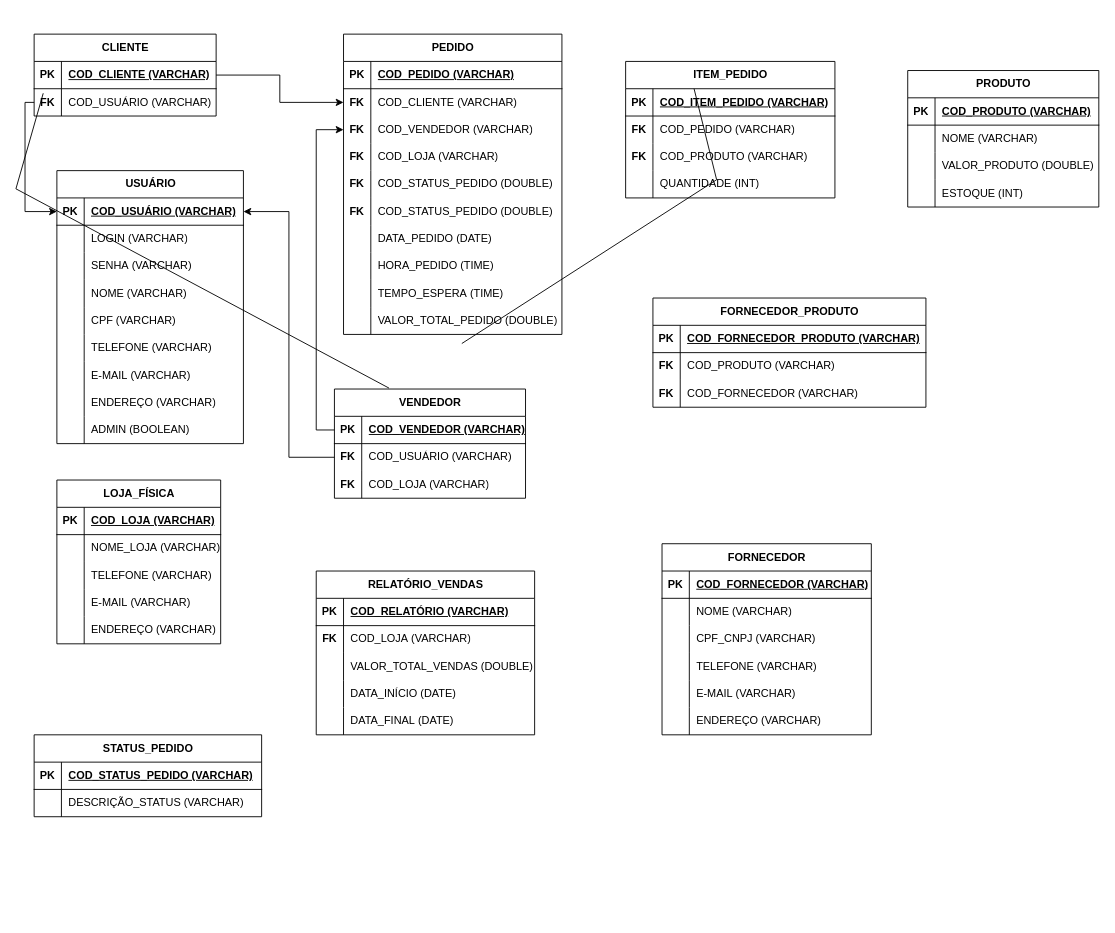
Above: BD ZÉ DELIVERY.drawio in jennifergomes/BD (draw.io), before the change. Source tidied: cells renumbered, new cells numbered last; positions are measured from the earlier drawing's top-left corner, leaving out a move shared by most shapes. Both pictures are drawn from the tidied source at 91%, with x=0, y=0 at pixel (15, 34).
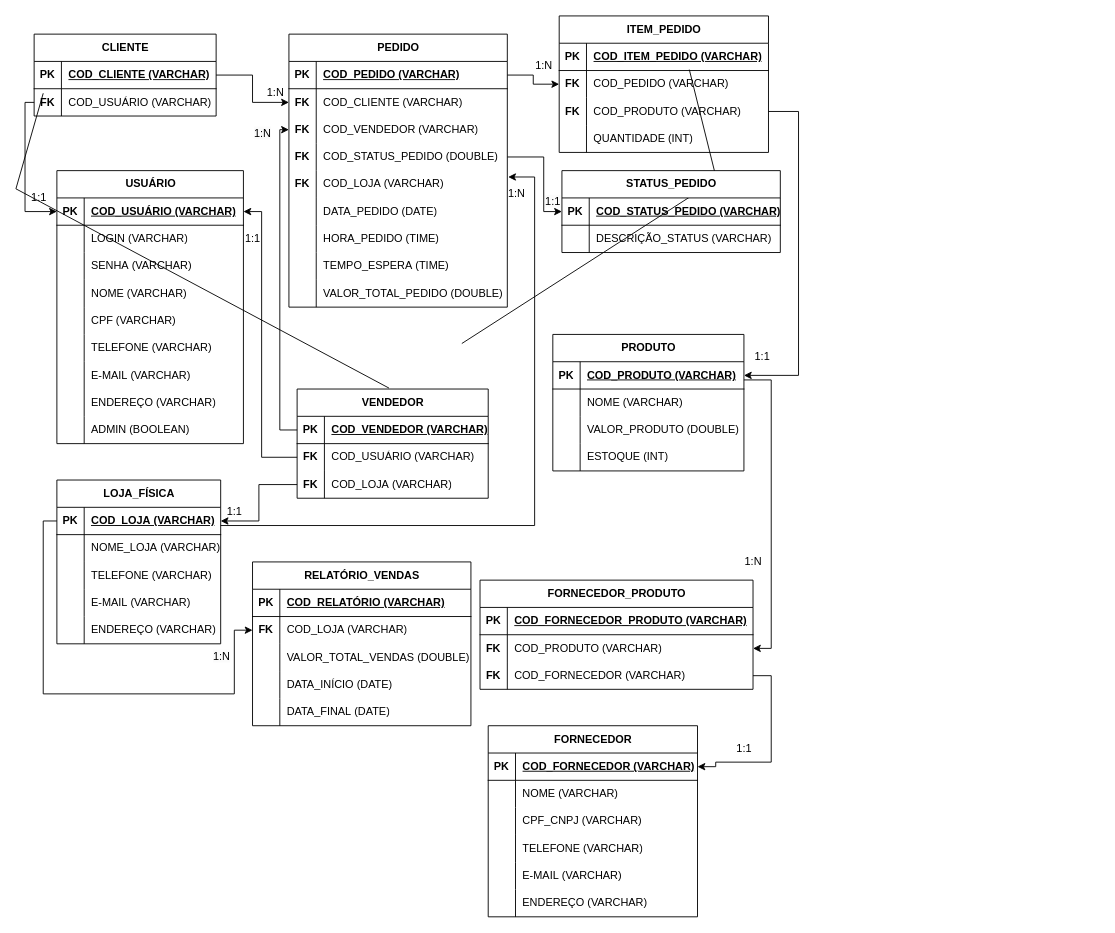
The same diagram, later.

The change refers to these unchanged cells:
```xml
<mxCell id="5" style="shape=tableRow;horizontal=0;startSize=0;swimlaneHead=0;swimlaneBody=0;fillColor=none;points=[[0,0.5],[1,0.5]];portConstraint=eastwest;top=0;left=0;right=0;bottom=1;" parent="4" vertex="1">
  <mxGeometry y="30" width="180" height="30" as="geometry" />
</mxCell>
<mxCell id="24" style="shape=tableRow;horizontal=0;startSize=0;swimlaneHead=0;swimlaneBody=0;fillColor=none;points=[[0,0.5],[1,0.5]];portConstraint=eastwest;top=0;left=0;right=0;bottom=0;" parent="20" vertex="1">
  <mxGeometry y="60" width="240" height="30" as="geometry" />
</mxCell>
<mxCell id="37" style="shape=tableRow;horizontal=0;startSize=0;swimlaneHead=0;swimlaneBody=0;fillColor=none;points=[[0,0.5],[1,0.5]];portConstraint=eastwest;top=0;left=0;right=0;bottom=1;" parent="36" vertex="1">
  <mxGeometry y="30" width="230" height="30" as="geometry" />
</mxCell>
<mxCell id="56" style="shape=tableRow;horizontal=0;startSize=0;swimlaneHead=0;swimlaneBody=0;fillColor=none;points=[[0,0.5],[1,0.5]];portConstraint=eastwest;top=0;left=0;right=0;bottom=1;" parent="55" vertex="1">
  <mxGeometry y="30" width="205" height="30" as="geometry" />
</mxCell>
<mxCell id="84" style="shape=tableRow;horizontal=0;startSize=0;swimlaneHead=0;swimlaneBody=0;fillColor=none;points=[[0,0.5],[1,0.5]];portConstraint=eastwest;top=0;left=0;right=0;bottom=1;" parent="83" vertex="1">
  <mxGeometry y="30" width="210" height="30" as="geometry" />
</mxCell>
<mxCell id="87" style="shape=tableRow;horizontal=0;startSize=0;swimlaneHead=0;swimlaneBody=0;fillColor=none;points=[[0,0.5],[1,0.5]];portConstraint=eastwest;top=0;left=0;right=0;bottom=0;" parent="83" vertex="1">
  <mxGeometry y="60" width="210" height="30" as="geometry" />
</mxCell>
<mxCell id="90" style="shape=tableRow;horizontal=0;startSize=0;swimlaneHead=0;swimlaneBody=0;fillColor=none;points=[[0,0.5],[1,0.5]];portConstraint=eastwest;top=0;left=0;right=0;bottom=0;" parent="83" vertex="1">
  <mxGeometry y="90" width="210" height="30" as="geometry" />
</mxCell>
<mxCell id="108" style="shape=tableRow;horizontal=0;startSize=0;swimlaneHead=0;swimlaneBody=0;fillColor=none;points=[[0,0.5],[1,0.5]];portConstraint=eastwest;top=0;left=0;right=0;bottom=1;" parent="107" vertex="1">
  <mxGeometry y="30" width="240" height="30" as="geometry" />
</mxCell>
<mxCell id="114" style="shape=tableRow;horizontal=0;startSize=0;swimlaneHead=0;swimlaneBody=0;fillColor=none;points=[[0,0.5],[1,0.5]];portConstraint=eastwest;top=0;left=0;right=0;bottom=0;" parent="107" vertex="1">
  <mxGeometry y="90" width="240" height="30" as="geometry" />
</mxCell>
<mxCell id="142" style="shape=tableRow;horizontal=0;startSize=0;swimlaneHead=0;swimlaneBody=0;fillColor=none;points=[[0,0.5],[1,0.5]];portConstraint=eastwest;top=0;left=0;right=0;bottom=0;" parent="138" vertex="1">
  <mxGeometry y="60" width="230" height="30" as="geometry" />
</mxCell>
<mxCell id="145" style="shape=tableRow;horizontal=0;startSize=0;swimlaneHead=0;swimlaneBody=0;fillColor=none;points=[[0,0.5],[1,0.5]];portConstraint=eastwest;top=0;left=0;right=0;bottom=0;" parent="138" vertex="1">
  <mxGeometry y="90" width="230" height="30" as="geometry" />
</mxCell>
<mxCell id="152" style="shape=tableRow;horizontal=0;startSize=0;swimlaneHead=0;swimlaneBody=0;fillColor=none;points=[[0,0.5],[1,0.5]];portConstraint=eastwest;top=0;left=0;right=0;bottom=1;" parent="151" vertex="1">
  <mxGeometry y="30" width="210" height="30" as="geometry" />
</mxCell>
<mxCell id="168" style="shape=tableRow;horizontal=0;startSize=0;swimlaneHead=0;swimlaneBody=0;fillColor=none;points=[[0,0.5],[1,0.5]];portConstraint=eastwest;top=0;left=0;right=0;bottom=0;" parent="164" vertex="1">
  <mxGeometry y="60" width="300" height="30" as="geometry" />
</mxCell>
<mxCell id="171" style="shape=tableRow;horizontal=0;startSize=0;swimlaneHead=0;swimlaneBody=0;fillColor=none;points=[[0,0.5],[1,0.5]];portConstraint=eastwest;top=0;left=0;right=0;bottom=0;" parent="164" vertex="1">
  <mxGeometry y="90" width="300" height="30" as="geometry" />
</mxCell>
```

What changed in the source:
```diff
@@
     <mxCell id="20" value="RELATÓRIO_VENDAS" style="shape=table;startSize=30;childLayout=tableLayout;rowLines=0;fontStyle=1;align=center;html=1;" parent="1" vertex="1">
-      <mxGeometry x="330" y="590" width="240" height="180" as="geometry" />
+      <mxGeometry x="260" y="580" width="240" height="180" as="geometry" />
     </mxCell>
@@
     <mxCell id="36" value="FORNECEDOR" style="shape=table;startSize=30;childLayout=tableLayout;rowLines=0;fontStyle=1;align=center;html=1;" parent="1" vertex="1">
-      <mxGeometry x="710" y="560" width="230" height="210" as="geometry" />
+      <mxGeometry x="519" y="760" width="230" height="210" as="geometry" />
     </mxCell>
@@
     <mxCell id="83" value="VENDEDOR" style="shape=table;startSize=30;childLayout=tableLayout;rowLines=0;fontStyle=1;align=center;html=1;" parent="1" vertex="1">
-      <mxGeometry x="350" y="390" width="210" height="120" as="geometry" />
+      <mxGeometry x="309" y="390" width="210" height="120" as="geometry" />
     </mxCell>
@@
     <mxCell id="93" value="STATUS_PEDIDO" style="shape=table;startSize=30;childLayout=tableLayout;rowLines=0;fontStyle=1;align=center;html=1;" parent="1" vertex="1">
-      <mxGeometry x="20" y="770" width="250" height="90" as="geometry" />
+      <mxGeometry x="600" y="150" width="240" height="90" as="geometry" />
     </mxCell>
     <mxCell id="94" style="shape=tableRow;horizontal=0;startSize=0;swimlaneHead=0;swimlaneBody=0;fillColor=none;points=[[0,0.5],[1,0.5]];portConstraint=eastwest;top=0;left=0;right=0;bottom=1;" parent="93" vertex="1">
-      <mxGeometry y="30" width="250" height="30" as="geometry" />
+      <mxGeometry y="30" width="240" height="30" as="geometry" />
     </mxCell>
@@
     <mxCell id="96" value="COD_STATUS_PEDIDO&amp;nbsp;(VARCHAR)" style="shape=partialRectangle;fillColor=none;top=0;left=0;bottom=0;right=0;align=left;spacingLeft=6;fontStyle=5;overflow=hidden;whiteSpace=wrap;html=1;" parent="94" vertex="1">
-      <mxGeometry x="30" width="220" height="30" as="geometry" />
+      <mxGeometry x="30" width="210" height="30" as="geometry" />
     </mxCell>
     <mxCell id="97" style="shape=tableRow;horizontal=0;startSize=0;swimlaneHead=0;swimlaneBody=0;fillColor=none;top=0;left=0;right=0;bottom=0;" parent="93" vertex="1">
-      <mxGeometry y="60" width="250" height="30" as="geometry" />
+      <mxGeometry y="60" width="240" height="30" as="geometry" />
     </mxCell>
@@
     <mxCell id="99" value="DESCRIÇÃO_STATUS&amp;nbsp;(VARCHAR)" style="shape=partialRectangle;fillColor=none;top=0;left=0;bottom=0;right=0;align=left;spacingLeft=6;overflow=hidden;whiteSpace=wrap;html=1;" parent="97" vertex="1">
-      <mxGeometry x="30" width="220" height="30" as="geometry" />
+      <mxGeometry x="30" width="210" height="30" as="geometry" />
     </mxCell>
@@
     <mxCell id="107" value="PEDIDO" style="shape=table;startSize=30;childLayout=tableLayout;rowLines=0;fontStyle=1;align=center;html=1;" parent="1" vertex="1">
-      <mxGeometry x="360" width="240" height="330" as="geometry" />
+      <mxGeometry x="300" width="240" height="300" as="geometry" />
     </mxCell>
@@
+    <mxCell id="120" style="shape=tableRow;horizontal=0;startSize=0;swimlaneHead=0;swimlaneBody=0;fillColor=none;points=[[0,0.5],[1,0.5]];portConstraint=eastwest;top=0;left=0;right=0;bottom=0;" parent="107" vertex="1">
+      <mxGeometry y="120" width="240" height="30" as="geometry" />
+    </mxCell>
+    <mxCell id="121" value="&lt;b&gt;FK&lt;/b&gt;" style="shape=partialRectangle;fillColor=none;top=0;left=0;bottom=0;right=0;overflow=hidden;whiteSpace=wrap;html=1;" parent="120" vertex="1">
+      <mxGeometry width="30" height="30" as="geometry" />
+    </mxCell>
+    <mxCell id="122" value="COD_STATUS_PEDIDO&amp;nbsp;(DOUBLE)" style="shape=partialRectangle;fillColor=none;top=0;left=0;bottom=0;right=0;align=left;spacingLeft=6;overflow=hidden;whiteSpace=wrap;html=1;" parent="120" vertex="1">
+      <mxGeometry x="30" width="210" height="30" as="geometry" />
+    </mxCell>
     <mxCell id="117" style="shape=tableRow;horizontal=0;startSize=0;swimlaneHead=0;swimlaneBody=0;fillColor=none;points=[[0,0.5],[1,0.5]];portConstraint=eastwest;top=0;left=0;right=0;bottom=0;" parent="107" vertex="1">
-      <mxGeometry y="120" width="240" height="30" as="geometry" />
+      <mxGeometry y="150" width="240" height="30" as="geometry" />
     </mxCell>
@@
-    <mxCell id="120" style="shape=tableRow;horizontal=0;startSize=0;swimlaneHead=0;swimlaneBody=0;fillColor=none;points=[[0,0.5],[1,0.5]];portConstraint=eastwest;top=0;left=0;right=0;bottom=0;" parent="107" vertex="1">
-      <mxGeometry y="150" width="240" height="30" as="geometry" />
-    </mxCell>
-    <mxCell id="121" value="&lt;b&gt;FK&lt;/b&gt;" style="shape=partialRectangle;fillColor=none;top=0;left=0;bottom=0;right=0;overflow=hidden;whiteSpace=wrap;html=1;" parent="120" vertex="1">
-      <mxGeometry width="30" height="30" as="geometry" />
-    </mxCell>
-    <mxCell id="122" value="COD_STATUS_PEDIDO&amp;nbsp;(DOUBLE)" style="shape=partialRectangle;fillColor=none;top=0;left=0;bottom=0;right=0;align=left;spacingLeft=6;overflow=hidden;whiteSpace=wrap;html=1;" parent="120" vertex="1">
-      <mxGeometry x="30" width="210" height="30" as="geometry" />
-    </mxCell>
-    <mxCell id="123" style="shape=tableRow;horizontal=0;startSize=0;swimlaneHead=0;swimlaneBody=0;fillColor=none;top=0;left=0;right=0;bottom=0;" parent="107" vertex="1">
-      <mxGeometry y="180" width="240" height="30" as="geometry" />
-    </mxCell>
-    <mxCell id="124" value="&lt;b&gt;FK&lt;/b&gt;" style="shape=partialRectangle;fillColor=none;top=0;left=0;bottom=0;right=0;overflow=hidden;whiteSpace=wrap;html=1;" parent="123" vertex="1">
-      <mxGeometry width="30" height="30" as="geometry" />
-    </mxCell>
-    <mxCell id="125" value="COD_STATUS_PEDIDO&amp;nbsp;(DOUBLE)" style="shape=partialRectangle;fillColor=none;top=0;left=0;bottom=0;right=0;align=left;spacingLeft=6;overflow=hidden;whiteSpace=wrap;html=1;" parent="123" vertex="1">
-      <mxGeometry x="30" width="210" height="30" as="geometry" />
-    </mxCell>
     <mxCell id="126" style="shape=tableRow;horizontal=0;startSize=0;swimlaneHead=0;swimlaneBody=0;fillColor=none;top=0;left=0;right=0;bottom=0;" parent="107" vertex="1">
-      <mxGeometry y="210" width="240" height="30" as="geometry" />
+      <mxGeometry y="180" width="240" height="30" as="geometry" />
     </mxCell>
@@
     <mxCell id="129" style="shape=tableRow;horizontal=0;startSize=0;swimlaneHead=0;swimlaneBody=0;fillColor=none;top=0;left=0;right=0;bottom=0;" parent="107" vertex="1">
-      <mxGeometry y="240" width="240" height="30" as="geometry" />
+      <mxGeometry y="210" width="240" height="30" as="geometry" />
     </mxCell>
@@
     <mxCell id="132" style="shape=tableRow;horizontal=0;startSize=0;swimlaneHead=0;swimlaneBody=0;fillColor=none;top=0;left=0;right=0;bottom=0;" parent="107" vertex="1">
-      <mxGeometry y="270" width="240" height="30" as="geometry" />
+      <mxGeometry y="240" width="240" height="30" as="geometry" />
     </mxCell>
@@
     <mxCell id="135" style="shape=tableRow;horizontal=0;startSize=0;swimlaneHead=0;swimlaneBody=0;fillColor=none;top=0;left=0;right=0;bottom=0;" parent="107" vertex="1">
-      <mxGeometry y="300" width="240" height="30" as="geometry" />
+      <mxGeometry y="270" width="240" height="30" as="geometry" />
     </mxCell>
@@
     <mxCell id="138" value="ITEM_PEDIDO" style="shape=table;startSize=30;childLayout=tableLayout;rowLines=0;fontStyle=1;align=center;html=1;" parent="1" vertex="1">
-      <mxGeometry x="670" y="30" width="230" height="150" as="geometry" />
+      <mxGeometry x="597" y="-20" width="230" height="150" as="geometry" />
     </mxCell>
@@
     <mxCell id="151" value="PRODUTO" style="shape=table;startSize=30;childLayout=tableLayout;rowLines=0;fontStyle=1;align=center;html=1;" parent="1" vertex="1">
-      <mxGeometry x="980" y="40" width="210" height="150" as="geometry" />
+      <mxGeometry x="590" y="330" width="210" height="150" as="geometry" />
     </mxCell>
@@
     <mxCell id="164" value="FORNECEDOR_PRODUTO" style="shape=table;startSize=30;childLayout=tableLayout;rowLines=0;fontStyle=1;align=center;html=1;" parent="1" vertex="1">
-      <mxGeometry x="700" y="290" width="300" height="120" as="geometry" />
+      <mxGeometry x="510" y="600" width="300" height="120" as="geometry" />
     </mxCell>
@@
     <mxCell id="176" style="edgeStyle=orthogonalEdgeStyle;rounded=0;jettySize=auto;html=1;entryX=0;entryY=0.5;entryDx=0;entryDy=0;" parent="1" edge="1" source="84" target="114">
       <mxGeometry relative="1" as="geometry">
         <Array as="points">
-          <mxPoint x="330" y="435" />
-          <mxPoint x="330" y="105" />
+          <mxPoint x="290" y="435" />
+          <mxPoint x="290" y="105" />
         </Array>
       </mxGeometry>
     </mxCell>
     <mxCell id="177" style="edgeStyle=orthogonalEdgeStyle;rounded=0;jettySize=auto;html=1;entryX=1;entryY=0.5;entryDx=0;entryDy=0;" parent="1" edge="1" source="87" target="56">
-      <mxGeometry relative="1" as="geometry" />
+      <mxGeometry relative="1" as="geometry">
+        <Array as="points">
+          <mxPoint x="270" y="465" />
+          <mxPoint x="270" y="195" />
+        </Array>
+      </mxGeometry>
     </mxCell>
+    <mxCell id="178" style="edgeStyle=orthogonalEdgeStyle;rounded=0;jettySize=auto;html=1;entryX=1;entryY=0.5;entryDx=0;entryDy=0;" parent="1" edge="1" source="90" target="5">
+      <mxGeometry relative="1" as="geometry" />
+    </mxCell>
+    <mxCell id="179" style="edgeStyle=orthogonalEdgeStyle;rounded=0;jettySize=auto;html=1;entryX=0;entryY=0.5;entryDx=0;entryDy=0;" parent="1" edge="1" source="5" target="24">
+      <mxGeometry relative="1" as="geometry">
+        <Array as="points">
+          <mxPoint x="30" y="535" />
+          <mxPoint x="30" y="725" />
+          <mxPoint x="240" y="725" />
+          <mxPoint x="240" y="655" />
+        </Array>
+      </mxGeometry>
+    </mxCell>
+    <mxCell id="180" style="edgeStyle=orthogonalEdgeStyle;rounded=0;jettySize=auto;html=1;entryX=0;entryY=0.5;entryDx=0;entryDy=0;" parent="1" edge="1" source="108" target="142">
+      <mxGeometry relative="1" as="geometry" />
+    </mxCell>
+    <mxCell id="181" style="edgeStyle=orthogonalEdgeStyle;rounded=0;jettySize=auto;html=1;entryX=0;entryY=0.5;entryDx=0;entryDy=0;" parent="1" edge="1" source="120" target="94">
+      <mxGeometry relative="1" as="geometry">
+        <Array as="points">
+          <mxPoint x="580" y="135" />
+          <mxPoint x="580" y="195" />
+        </Array>
+      </mxGeometry>
+    </mxCell>
+    <mxCell id="182" style="edgeStyle=orthogonalEdgeStyle;rounded=0;jettySize=auto;html=1;entryX=1.004;entryY=0.233;entryDx=0;entryDy=0;entryPerimeter=0;" parent="1" edge="1" source="5" target="117">
+      <mxGeometry relative="1" as="geometry">
+        <Array as="points">
+          <mxPoint x="570" y="540" />
+          <mxPoint x="570" y="157" />
+        </Array>
+      </mxGeometry>
+    </mxCell>
+    <mxCell id="183" value="1:N" style="text;html=1;align=center;verticalAlign=middle;strokeColor=none;fillColor=none;" parent="1" vertex="1">
+      <mxGeometry x="265" y="50" width="40" height="30" as="geometry" />
+    </mxCell>
+    <mxCell id="184" value="1:1" style="text;html=1;align=center;verticalAlign=middle;strokeColor=none;fillColor=none;" parent="1" vertex="1">
+      <mxGeometry x="5" y="165" width="40" height="30" as="geometry" />
+    </mxCell>
+    <mxCell id="185" value="1:1" style="text;html=1;align=center;verticalAlign=middle;strokeColor=none;fillColor=none;" parent="1" vertex="1">
+      <mxGeometry x="240" y="210" width="40" height="30" as="geometry" />
+    </mxCell>
+    <mxCell id="186" value="&lt;span style=&quot;color: rgb(0, 0, 0); font-family: Helvetica; font-size: 12px; font-style: normal; font-variant-ligatures: normal; font-variant-caps: normal; font-weight: 400; letter-spacing: normal; orphans: 2; text-align: center; text-indent: 0px; text-transform: none; widows: 2; word-spacing: 0px; -webkit-text-stroke-width: 0px; background-color: rgb(251, 251, 251); text-decoration-thickness: initial; text-decoration-style: initial; text-decoration-color: initial; float: none; display: inline !important;&quot;&gt;1:N&lt;/span&gt;" style="text;whiteSpace=wrap;html=1;" parent="1" vertex="1">
+      <mxGeometry x="260" y="95" width="50" height="40" as="geometry" />
+    </mxCell>
+    <mxCell id="187" value="1:1" style="text;html=1;align=center;verticalAlign=middle;strokeColor=none;fillColor=none;" parent="1" vertex="1">
+      <mxGeometry x="220" y="510" width="40" height="30" as="geometry" />
+    </mxCell>
+    <mxCell id="188" value="&lt;span style=&quot;color: rgb(0, 0, 0); font-family: Helvetica; font-size: 12px; font-style: normal; font-variant-ligatures: normal; font-variant-caps: normal; font-weight: 400; letter-spacing: normal; orphans: 2; text-align: center; text-indent: 0px; text-transform: none; widows: 2; word-spacing: 0px; -webkit-text-stroke-width: 0px; background-color: rgb(251, 251, 251); text-decoration-thickness: initial; text-decoration-style: initial; text-decoration-color: initial; float: none; display: inline !important;&quot;&gt;1:N&lt;/span&gt;" style="text;whiteSpace=wrap;html=1;" parent="1" vertex="1">
+      <mxGeometry x="215" y="670" width="50" height="40" as="geometry" />
+    </mxCell>
+    <mxCell id="189" value="1:N" style="text;html=1;align=center;verticalAlign=middle;strokeColor=none;fillColor=none;" parent="1" vertex="1">
+      <mxGeometry x="530" y="160" width="40" height="30" as="geometry" />
+    </mxCell>
+    <mxCell id="190" value="&lt;span style=&quot;color: rgb(0, 0, 0); font-family: Helvetica; font-size: 12px; font-style: normal; font-variant-ligatures: normal; font-variant-caps: normal; font-weight: 400; letter-spacing: normal; orphans: 2; text-align: center; text-indent: 0px; text-transform: none; widows: 2; word-spacing: 0px; -webkit-text-stroke-width: 0px; background-color: rgb(251, 251, 251); text-decoration-thickness: initial; text-decoration-style: initial; text-decoration-color: initial; float: none; display: inline !important;&quot;&gt;1:1&lt;/span&gt;" style="text;whiteSpace=wrap;html=1;" parent="1" vertex="1">
+      <mxGeometry x="580" y="170" width="20" height="40" as="geometry" />
+    </mxCell>
+    <mxCell id="191" value="1:N" style="text;html=1;align=center;verticalAlign=middle;strokeColor=none;fillColor=none;" parent="1" vertex="1">
+      <mxGeometry x="560" y="20" width="40" height="30" as="geometry" />
+    </mxCell>
+    <mxCell id="192" value="1:1" style="text;html=1;align=center;verticalAlign=middle;strokeColor=none;fillColor=none;" parent="1" vertex="1">
+      <mxGeometry x="800" y="340" width="40" height="30" as="geometry" />
+    </mxCell>
+    <mxCell id="193" value="1:N" style="text;html=1;align=center;verticalAlign=middle;strokeColor=none;fillColor=none;" parent="1" vertex="1">
+      <mxGeometry x="790" y="565" width="40" height="30" as="geometry" />
+    </mxCell>
+    <mxCell id="194" value="1:1" style="text;html=1;align=center;verticalAlign=middle;strokeColor=none;fillColor=none;" parent="1" vertex="1">
+      <mxGeometry x="780" y="770" width="40" height="30" as="geometry" />
+    </mxCell>
+    <mxCell id="195" style="edgeStyle=orthogonalEdgeStyle;rounded=0;jettySize=auto;html=1;entryX=1;entryY=0.5;entryDx=0;entryDy=0;" parent="1" edge="1" source="145" target="152">
+      <mxGeometry relative="1" as="geometry">
+        <Array as="points">
+          <mxPoint x="860" y="85" />
+          <mxPoint x="860" y="375" />
+        </Array>
+      </mxGeometry>
+    </mxCell>
+    <mxCell id="196" style="edgeStyle=orthogonalEdgeStyle;rounded=0;jettySize=auto;html=1;entryX=1;entryY=0.5;entryDx=0;entryDy=0;" parent="1" edge="1" source="152" target="168">
+      <mxGeometry relative="1" as="geometry">
+        <Array as="points">
+          <mxPoint x="830" y="380" />
+          <mxPoint x="830" y="675" />
+        </Array>
+      </mxGeometry>
+    </mxCell>
+    <mxCell id="197" style="edgeStyle=orthogonalEdgeStyle;rounded=0;jettySize=auto;html=1;entryX=1;entryY=0.5;entryDx=0;entryDy=0;" parent="1" edge="1" source="171" target="37">
+      <mxGeometry relative="1" as="geometry">
+        <Array as="points">
+          <mxPoint x="830" y="705" />
+          <mxPoint x="830" y="800" />
+          <mxPoint x="769" y="800" />
+          <mxPoint x="769" y="805" />
+        </Array>
+      </mxGeometry>
+    </mxCell>
```
